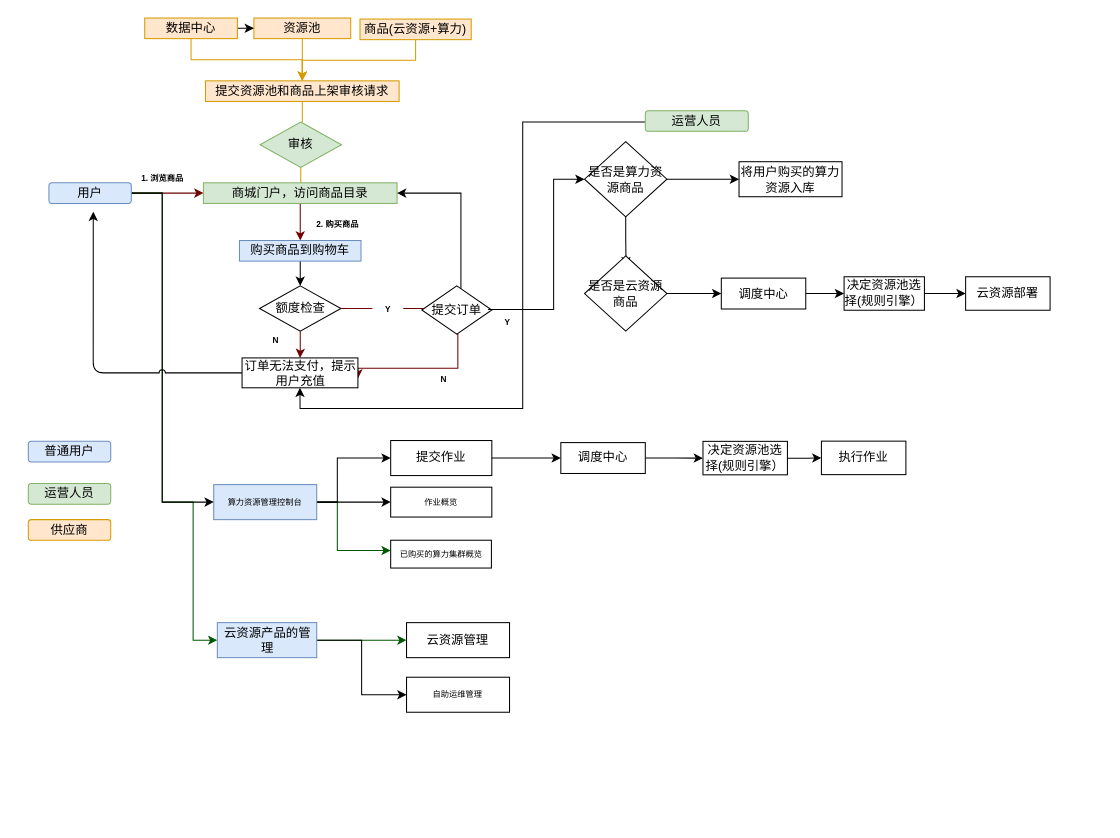
This is page "商品购买" (8 of 9) of Some CMP Arc.drawio from GrissonWu07/somearc, a draw.io file, before an edit. Source tidied: cells renumbered, new cells numbered last; positions are measured from the earlier drawing's top-left corner, leaving out a move shared by most shapes. Both pictures are drawn from the tidied source at 103%, with x=0, y=0 at pixel (28, 18).
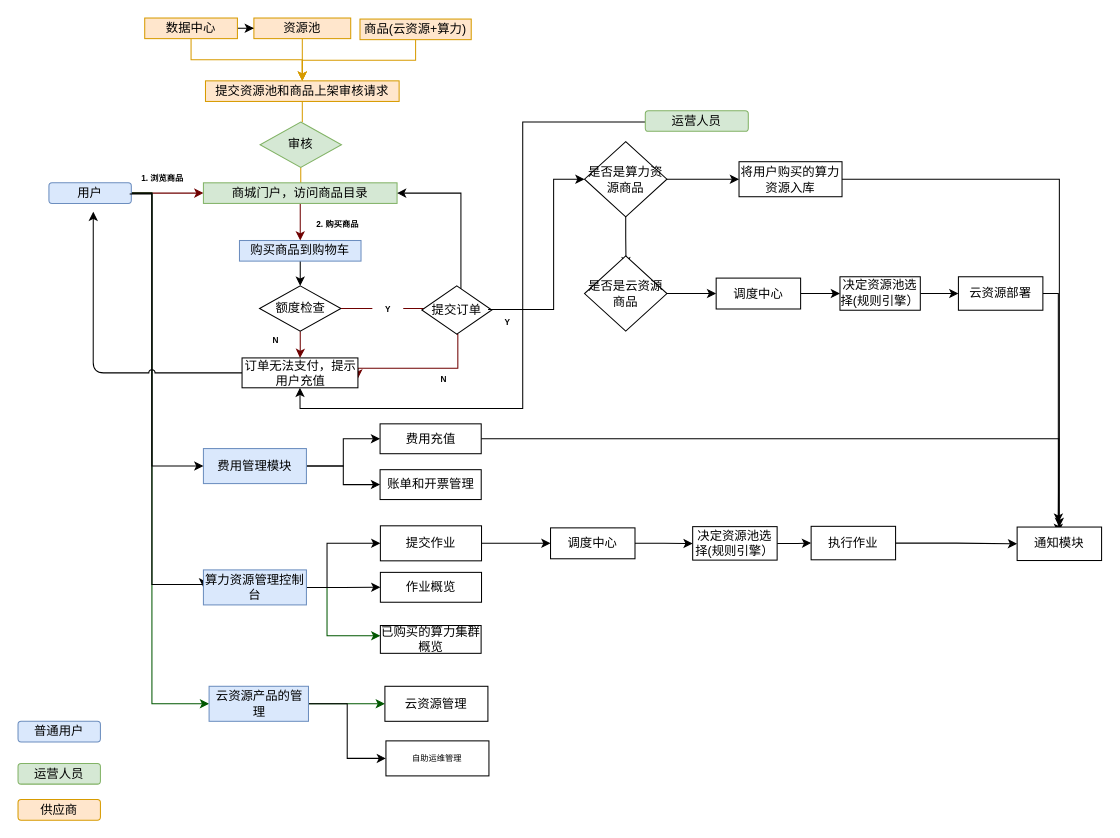
Above is the later version.

Commit message:
更新商品采购

Unchanged cells that the change refers to:
```xml
<mxCell id="5" value="用户" style="rounded=1;whiteSpace=wrap;html=1;fillColor=#dae8fc;strokeColor=#6c8ebf;" parent="1" vertex="1">
  <mxGeometry x="20" y="160" width="80" height="20" as="geometry" />
</mxCell>
<mxCell id="12" value="提交资源池和商品上架审核请求" style="rounded=0;whiteSpace=wrap;html=1;fillColor=#ffe6cc;strokeColor=#d79b00;" parent="1" vertex="1">
  <mxGeometry x="172" y="61" width="188" height="20" as="geometry" />
</mxCell>
<mxCell id="24" value="提交订单" style="rhombus;whiteSpace=wrap;html=1;rounded=0;" parent="1" vertex="1">
  <mxGeometry x="382" y="260" width="68" height="47" as="geometry" />
</mxCell>
<mxCell id="33" value="&lt;font style=&quot;font-size: 12px&quot;&gt;将用户购买的算力资源入库&lt;/font&gt;" style="whiteSpace=wrap;html=1;rounded=0;fontSize=8;" parent="1" vertex="1">
  <mxGeometry x="690" y="139.5" width="100" height="34" as="geometry" />
</mxCell>
<mxCell id="40" value="&lt;font size=&quot;1&quot;&gt;&lt;b style=&quot;font-size: 8px&quot;&gt;1. 浏览商品&lt;/b&gt;&lt;/font&gt;" style="text;html=1;align=center;verticalAlign=middle;points=[];strokeColor=none;fillColor=none;fontSize=12;strokeWidth=0;" parent="1" vertex="1">
  <mxGeometry x="90" y="145" width="80" height="20" as="geometry" />
</mxCell>
<mxCell id="61" value="是否是云资源商品" style="rhombus;whiteSpace=wrap;html=1;rounded=0;" parent="1" vertex="1">
  <mxGeometry x="540" y="231" width="80" height="73" as="geometry" />
</mxCell>
```

What changed in the source:
```diff
@@
     <mxCell id="3" style="edgeStyle=orthogonalEdgeStyle;rounded=0;jumpStyle=arc;jettySize=auto;html=1;fontSize=12;fillColor=#008a00;strokeColor=#005700;entryX=0;entryY=0.5;entryDx=0;entryDy=0;" parent="1" edge="1" source="5" target="39">
       <mxGeometry relative="1" as="geometry">
         <Array as="points">
-          <mxPoint x="130" y="170" />
-          <mxPoint x="130" y="470" />
-          <mxPoint x="160" y="470" />
-          <mxPoint x="160" y="604" />
+          <mxPoint x="120" y="170" />
+          <mxPoint x="120" y="666" />
         </Array>
       </mxGeometry>
     </mxCell>
     <mxCell id="4" style="edgeStyle=orthogonalEdgeStyle;rounded=0;jettySize=auto;html=1;entryX=0;entryY=0.5;entryDx=0;entryDy=0;" parent="1" edge="1" source="5" target="57">
       <mxGeometry relative="1" as="geometry">
         <Array as="points">
-          <mxPoint x="130" y="170" />
-          <mxPoint x="130" y="470" />
+          <mxPoint x="120" y="170" />
+          <mxPoint x="120" y="550" />
+          <mxPoint x="170" y="550" />
         </Array>
       </mxGeometry>
     </mxCell>
@@
-    <mxCell id="22" style="edgeStyle=orthogonalEdgeStyle;rounded=0;jettySize=auto;html=1;fontSize=8;exitX=0.5;exitY=1;exitDx=0;exitDy=0;fillColor=#a20025;strokeColor=#6F0000;" parent="1" edge="1" source="24">
-      <mxGeometry relative="1" as="geometry">
-        <mxPoint x="320" y="350" as="targetPoint" />
-        <Array as="points">
-          <mxPoint x="417" y="340" />
-          <mxPoint x="320" y="340" />
-        </Array>
-      </mxGeometry>
-    </mxCell>
+    <mxCell id="71" style="edgeStyle=orthogonalEdgeStyle;rounded=0;jettySize=auto;html=1;fontSize=8;exitX=0.5;exitY=1;exitDx=0;exitDy=0;fillColor=#a20025;strokeColor=#6F0000;" parent="1" edge="1" source="24">
+      <mxGeometry relative="1" as="geometry">
+        <mxPoint x="320" y="350" as="targetPoint" />
+        <Array as="points">
+          <mxPoint x="417" y="340" />
+          <mxPoint x="320" y="340" />
+        </Array>
+      </mxGeometry>
+    </mxCell>
@@
-    <mxCell id="31" style="edgeStyle=orthogonalEdgeStyle;rounded=0;jettySize=auto;html=1;" parent="1" edge="1" source="32" target="63">
-      <mxGeometry relative="1" as="geometry" />
-    </mxCell>
-    <mxCell id="32" value="调度中心" style="whiteSpace=wrap;html=1;rounded=0;" parent="1" vertex="1">
-      <mxGeometry x="672.8" y="252.5" width="82" height="30" as="geometry" />
-    </mxCell>
+    <mxCell id="72" style="edgeStyle=orthogonalEdgeStyle;rounded=0;jettySize=auto;html=1;" parent="1" edge="1" source="73" target="79">
+      <mxGeometry relative="1" as="geometry" />
+    </mxCell>
+    <mxCell id="73" value="调度中心" style="whiteSpace=wrap;html=1;rounded=0;" parent="1" vertex="1">
+      <mxGeometry x="667.8" y="252.5" width="82" height="30" as="geometry" />
+    </mxCell>
+    <mxCell id="74" style="edgeStyle=orthogonalEdgeStyle;rounded=0;jettySize=auto;html=1;entryX=0.5;entryY=0;entryDx=0;entryDy=0;fontSize=12;" parent="1" edge="1" source="33" target="93">
+      <mxGeometry relative="1" as="geometry" />
+    </mxCell>
@@
     <mxCell id="36" value="&lt;font style=&quot;font-size: 12px&quot;&gt;云资源管理&lt;/font&gt;" style="whiteSpace=wrap;html=1;rounded=0;fontSize=8;" parent="1" vertex="1">
-      <mxGeometry x="367.2" y="587" width="100" height="34" as="geometry" />
+      <mxGeometry x="346.2" y="648.8" width="100" height="34" as="geometry" />
     </mxCell>
@@
     <mxCell id="39" value="&lt;span style=&quot;font-size: 12px&quot;&gt;云资源产品的管理&lt;/span&gt;" style="whiteSpace=wrap;html=1;rounded=0;fontSize=8;fillColor=#dae8fc;strokeColor=#6c8ebf;" parent="1" vertex="1">
-      <mxGeometry x="183.5" y="587" width="96.5" height="34" as="geometry" />
+      <mxGeometry x="175.5" y="648.8" width="96.5" height="34" as="geometry" />
     </mxCell>
@@
     <mxCell id="42" value="自助运维管理" style="whiteSpace=wrap;html=1;rounded=0;fontSize=8;" parent="1" vertex="1">
-      <mxGeometry x="367.2" y="640" width="100" height="34" as="geometry" />
+      <mxGeometry x="347.2" y="701.8" width="100" height="34" as="geometry" />
     </mxCell>
     <mxCell id="43" value="普通用户" style="rounded=1;whiteSpace=wrap;html=1;fillColor=#dae8fc;strokeColor=#6c8ebf;" parent="1" vertex="1">
-      <mxGeometry y="411" width="80" height="20" as="geometry" />
+      <mxGeometry x="-10" y="682.8" width="80" height="20" as="geometry" />
     </mxCell>
     <mxCell id="44" value="运营人员" style="rounded=1;whiteSpace=wrap;html=1;fillColor=#d5e8d4;strokeColor=#82b366;" parent="1" vertex="1">
-      <mxGeometry y="452" width="80" height="20" as="geometry" />
+      <mxGeometry x="-10" y="723.8" width="80" height="20" as="geometry" />
     </mxCell>
     <mxCell id="45" value="供应商" style="rounded=1;whiteSpace=wrap;html=1;fillColor=#ffe6cc;strokeColor=#d79b00;" parent="1" vertex="1">
-      <mxGeometry y="487" width="80" height="20" as="geometry" />
+      <mxGeometry x="-10" y="758.8" width="80" height="20" as="geometry" />
     </mxCell>
@@
-    <mxCell id="49" style="edgeStyle=orthogonalEdgeStyle;rounded=0;jettySize=auto;html=1;fillColor=#ffe6cc;strokeColor=#d79b00;endArrow=none;" parent="1" edge="1" source="12">
-      <mxGeometry relative="1" as="geometry">
-        <mxPoint x="266" y="91" as="targetPoint" />
-      </mxGeometry>
-    </mxCell>
+    <mxCell id="75" style="edgeStyle=orthogonalEdgeStyle;rounded=0;jettySize=auto;html=1;fillColor=#ffe6cc;strokeColor=#d79b00;endArrow=none;" parent="1" edge="1" source="12">
+      <mxGeometry relative="1" as="geometry">
+        <mxPoint x="266" y="91" as="targetPoint" />
+      </mxGeometry>
+    </mxCell>
@@
-    <mxCell id="53" value="已购买的算力集群概览" style="whiteSpace=wrap;html=1;rounded=0;fontSize=8;" parent="1" vertex="1">
-      <mxGeometry x="351.8" y="507" width="97.8" height="27" as="geometry" />
+    <mxCell id="53" value="已购买的算力集群概览" style="whiteSpace=wrap;html=1;rounded=0;fontSize=12;" parent="1" vertex="1">
+      <mxGeometry x="341.8" y="589.8" width="97.8" height="27" as="geometry" />
     </mxCell>
     <mxCell id="54" style="edgeStyle=orthogonalEdgeStyle;rounded=0;jumpStyle=arc;jettySize=auto;html=1;fontSize=12;fillColor=#008a00;strokeColor=#005700;" parent="1" edge="1" source="57" target="53">
       <mxGeometry relative="1" as="geometry">
         <Array as="points">
-          <mxPoint x="300" y="470" />
-          <mxPoint x="300" y="517" />
+          <mxPoint x="290" y="552.8" />
+          <mxPoint x="290" y="599.8" />
         </Array>
       </mxGeometry>
     </mxCell>
     <mxCell id="55" style="edgeStyle=orthogonalEdgeStyle;rounded=0;jumpStyle=arc;jettySize=auto;html=1;entryX=0;entryY=0.5;entryDx=0;entryDy=0;fontSize=8;" parent="1" edge="1" source="57" target="59">
       <mxGeometry relative="1" as="geometry">
         <Array as="points">
-          <mxPoint x="300" y="470" />
-          <mxPoint x="300" y="427" />
+          <mxPoint x="290" y="552.8" />
+          <mxPoint x="290" y="509.8" />
         </Array>
       </mxGeometry>
     </mxCell>
@@
-    <mxCell id="57" value="算力资源管理控制台" style="whiteSpace=wrap;html=1;rounded=0;fontSize=8;fillColor=#dae8fc;strokeColor=#6c8ebf;" parent="1" vertex="1">
-      <mxGeometry x="180" y="453" width="100" height="34" as="geometry" />
+    <mxCell id="57" value="算力资源管理控制台" style="whiteSpace=wrap;html=1;rounded=0;fontSize=12;fillColor=#dae8fc;strokeColor=#6c8ebf;" parent="1" vertex="1">
+      <mxGeometry x="170" y="535.8" width="100" height="34" as="geometry" />
     </mxCell>
-    <mxCell id="58" style="edgeStyle=orthogonalEdgeStyle;rounded=0;jettySize=auto;html=1;entryX=0;entryY=0.5;entryDx=0;entryDy=0;" parent="1" edge="1" source="59" target="66">
-      <mxGeometry relative="1" as="geometry" />
-    </mxCell>
+    <mxCell id="76" style="edgeStyle=orthogonalEdgeStyle;rounded=0;jettySize=auto;html=1;entryX=0;entryY=0.5;entryDx=0;entryDy=0;" parent="1" edge="1" source="59" target="82">
+      <mxGeometry relative="1" as="geometry" />
+    </mxCell>
     <mxCell id="59" value="&lt;span style=&quot;font-size: 12px&quot;&gt;提交作业&lt;/span&gt;" style="whiteSpace=wrap;html=1;rounded=0;fontSize=8;" parent="1" vertex="1">
-      <mxGeometry x="351.8" y="410.2" width="98.2" height="34" as="geometry" />
+      <mxGeometry x="341.8" y="493" width="98.2" height="34" as="geometry" />
     </mxCell>
-    <mxCell id="60" style="edgeStyle=orthogonalEdgeStyle;rounded=0;jettySize=auto;html=1;entryX=0;entryY=0.5;entryDx=0;entryDy=0;" parent="1" edge="1" source="61" target="32">
-      <mxGeometry relative="1" as="geometry" />
-    </mxCell>
+    <mxCell id="77" style="edgeStyle=orthogonalEdgeStyle;rounded=0;jettySize=auto;html=1;entryX=0;entryY=0.5;entryDx=0;entryDy=0;" parent="1" edge="1" source="61" target="73">
+      <mxGeometry relative="1" as="geometry" />
+    </mxCell>
@@
-    <mxCell id="62" style="edgeStyle=orthogonalEdgeStyle;rounded=0;jettySize=auto;html=1;entryX=0;entryY=0.5;entryDx=0;entryDy=0;" parent="1" edge="1" source="63" target="64">
-      <mxGeometry relative="1" as="geometry" />
-    </mxCell>
-    <mxCell id="63" value="决定资源池选择(规则引擎）" style="whiteSpace=wrap;html=1;rounded=0;" parent="1" vertex="1">
-      <mxGeometry x="792" y="251.2" width="78" height="32.5" as="geometry" />
-    </mxCell>
+    <mxCell id="78" style="edgeStyle=orthogonalEdgeStyle;rounded=0;jettySize=auto;html=1;entryX=0;entryY=0.5;entryDx=0;entryDy=0;" parent="1" edge="1" source="79" target="64">
+      <mxGeometry relative="1" as="geometry" />
+    </mxCell>
+    <mxCell id="79" value="决定资源池选择(规则引擎）" style="whiteSpace=wrap;html=1;rounded=0;" parent="1" vertex="1">
+      <mxGeometry x="788" y="251.2" width="78" height="32.5" as="geometry" />
+    </mxCell>
+    <mxCell id="80" style="edgeStyle=orthogonalEdgeStyle;rounded=0;jettySize=auto;html=1;fontSize=12;" parent="1" edge="1" source="64">
+      <mxGeometry relative="1" as="geometry">
+        <mxPoint x="1000" y="500" as="targetPoint" />
+        <Array as="points">
+          <mxPoint x="1000" y="268" />
+        </Array>
+      </mxGeometry>
+    </mxCell>
     <mxCell id="64" value="云资源部署" style="whiteSpace=wrap;html=1;rounded=0;" parent="1" vertex="1">
-      <mxGeometry x="910" y="251.2" width="82" height="32.5" as="geometry" />
+      <mxGeometry x="903" y="251.2" width="82" height="32.5" as="geometry" />
     </mxCell>
-    <mxCell id="65" style="edgeStyle=orthogonalEdgeStyle;rounded=0;jettySize=auto;html=1;" parent="1" edge="1" source="66" target="68">
-      <mxGeometry relative="1" as="geometry" />
-    </mxCell>
-    <mxCell id="66" value="调度中心" style="whiteSpace=wrap;html=1;rounded=0;" parent="1" vertex="1">
-      <mxGeometry x="517" y="412.2" width="82" height="30" as="geometry" />
-    </mxCell>
-    <mxCell id="67" style="edgeStyle=orthogonalEdgeStyle;rounded=0;jettySize=auto;html=1;entryX=0;entryY=0.5;entryDx=0;entryDy=0;" parent="1" edge="1" source="68" target="69">
-      <mxGeometry relative="1" as="geometry" />
-    </mxCell>
-    <mxCell id="68" value="决定资源池选择(规则引擎）" style="whiteSpace=wrap;html=1;rounded=0;" parent="1" vertex="1">
-      <mxGeometry x="655" y="411" width="82" height="32.5" as="geometry" />
-    </mxCell>
+    <mxCell id="81" style="edgeStyle=orthogonalEdgeStyle;rounded=0;jettySize=auto;html=1;" parent="1" edge="1" source="82" target="84">
+      <mxGeometry relative="1" as="geometry" />
+    </mxCell>
+    <mxCell id="82" value="调度中心" style="whiteSpace=wrap;html=1;rounded=0;" parent="1" vertex="1">
+      <mxGeometry x="507" y="495" width="82" height="30" as="geometry" />
+    </mxCell>
+    <mxCell id="83" style="edgeStyle=orthogonalEdgeStyle;rounded=0;jettySize=auto;html=1;entryX=0;entryY=0.5;entryDx=0;entryDy=0;" parent="1" edge="1" source="84" target="69">
+      <mxGeometry relative="1" as="geometry" />
+    </mxCell>
+    <mxCell id="84" value="决定资源池选择(规则引擎）" style="whiteSpace=wrap;html=1;rounded=0;" parent="1" vertex="1">
+      <mxGeometry x="645" y="493.8" width="82" height="32.5" as="geometry" />
+    </mxCell>
+    <mxCell id="85" style="edgeStyle=orthogonalEdgeStyle;rounded=0;jettySize=auto;html=1;entryX=0;entryY=0.5;entryDx=0;entryDy=0;fontSize=12;" parent="1" edge="1" source="69" target="93">
+      <mxGeometry relative="1" as="geometry" />
+    </mxCell>
     <mxCell id="69" value="执行作业" style="whiteSpace=wrap;html=1;rounded=0;" parent="1" vertex="1">
-      <mxGeometry x="770" y="410.8" width="82" height="32.5" as="geometry" />
+      <mxGeometry x="760" y="493.5" width="82" height="32.5" as="geometry" />
     </mxCell>
-    <mxCell id="70" value="作业概览" style="whiteSpace=wrap;html=1;rounded=0;fontSize=8;" parent="1" vertex="1">
-      <mxGeometry x="351.8" y="455.5" width="98.2" height="29" as="geometry" />
+    <mxCell id="70" value="作业概览" style="whiteSpace=wrap;html=1;rounded=0;fontSize=12;" parent="1" vertex="1">
+      <mxGeometry x="341.8" y="538.2" width="98.2" height="29" as="geometry" />
     </mxCell>
+    <mxCell id="86" style="edgeStyle=orthogonalEdgeStyle;rounded=0;jettySize=auto;html=1;entryX=0;entryY=0.5;entryDx=0;entryDy=0;fontSize=12;" parent="1" edge="1" source="88" target="91">
+      <mxGeometry relative="1" as="geometry" />
+    </mxCell>
+    <mxCell id="87" style="edgeStyle=orthogonalEdgeStyle;rounded=0;jettySize=auto;html=1;entryX=0;entryY=0.5;entryDx=0;entryDy=0;fontSize=12;" parent="1" edge="1" source="88" target="92">
+      <mxGeometry relative="1" as="geometry" />
+    </mxCell>
+    <mxCell id="88" value="费用管理模块" style="whiteSpace=wrap;html=1;rounded=0;fontSize=12;fillColor=#dae8fc;strokeColor=#6c8ebf;" parent="1" vertex="1">
+      <mxGeometry x="170" y="418" width="100" height="34" as="geometry" />
+    </mxCell>
+    <mxCell id="89" style="edgeStyle=orthogonalEdgeStyle;rounded=0;jettySize=auto;html=1;entryX=0;entryY=0.5;entryDx=0;entryDy=0;exitX=0.105;exitY=1.29;exitDx=0;exitDy=0;exitPerimeter=0;" parent="1" edge="1" source="40" target="88">
+      <mxGeometry relative="1" as="geometry">
+        <Array as="points">
+          <mxPoint x="120" y="171" />
+          <mxPoint x="120" y="435" />
+        </Array>
+      </mxGeometry>
+    </mxCell>
+    <mxCell id="90" style="edgeStyle=orthogonalEdgeStyle;rounded=0;jettySize=auto;html=1;" parent="1" edge="1" source="91">
+      <mxGeometry relative="1" as="geometry">
+        <mxPoint x="1000" y="490" as="targetPoint" />
+      </mxGeometry>
+    </mxCell>
+    <mxCell id="91" value="费用充值" style="whiteSpace=wrap;html=1;rounded=0;fontSize=12;" parent="1" vertex="1">
+      <mxGeometry x="341.5" y="394" width="98.2" height="29" as="geometry" />
+    </mxCell>
+    <mxCell id="92" value="账单和开票管理" style="whiteSpace=wrap;html=1;rounded=0;fontSize=12;" parent="1" vertex="1">
+      <mxGeometry x="341.5" y="438.5" width="98.2" height="29" as="geometry" />
+    </mxCell>
+    <mxCell id="93" value="通知模块" style="whiteSpace=wrap;html=1;rounded=0;" parent="1" vertex="1">
+      <mxGeometry x="960" y="494.2" width="82" height="32.5" as="geometry" />
+    </mxCell>
```
